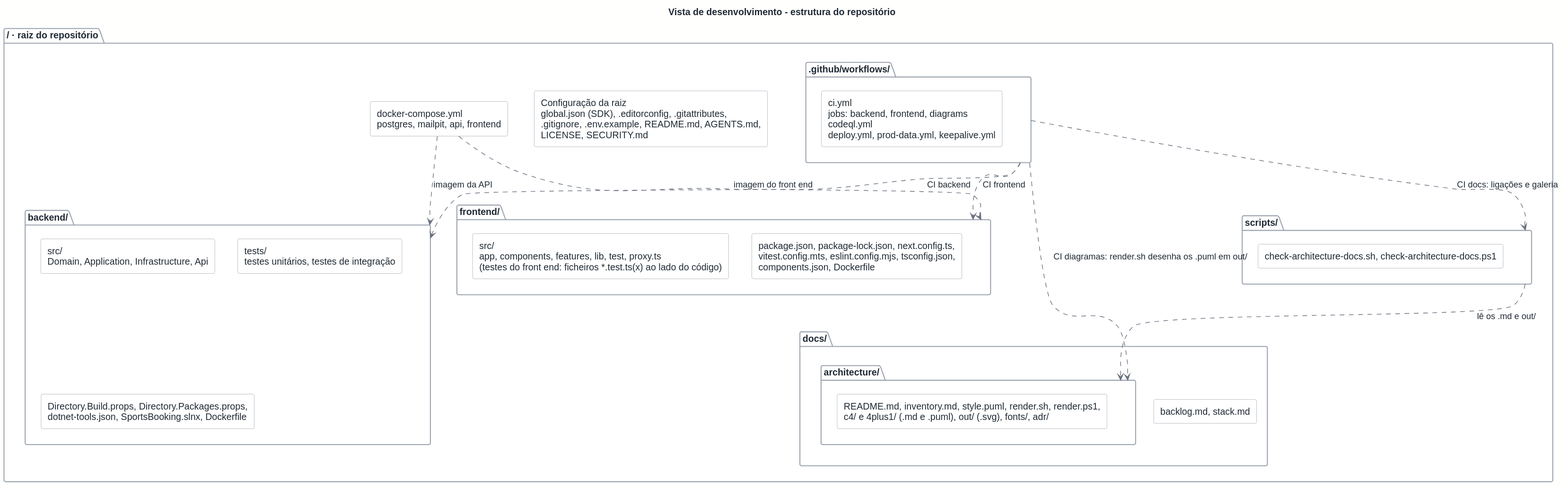
Above: docs/architecture/out/development-repo.svg in rodrigo4sousa/SportsEstablishments (PlantUML), before the change.
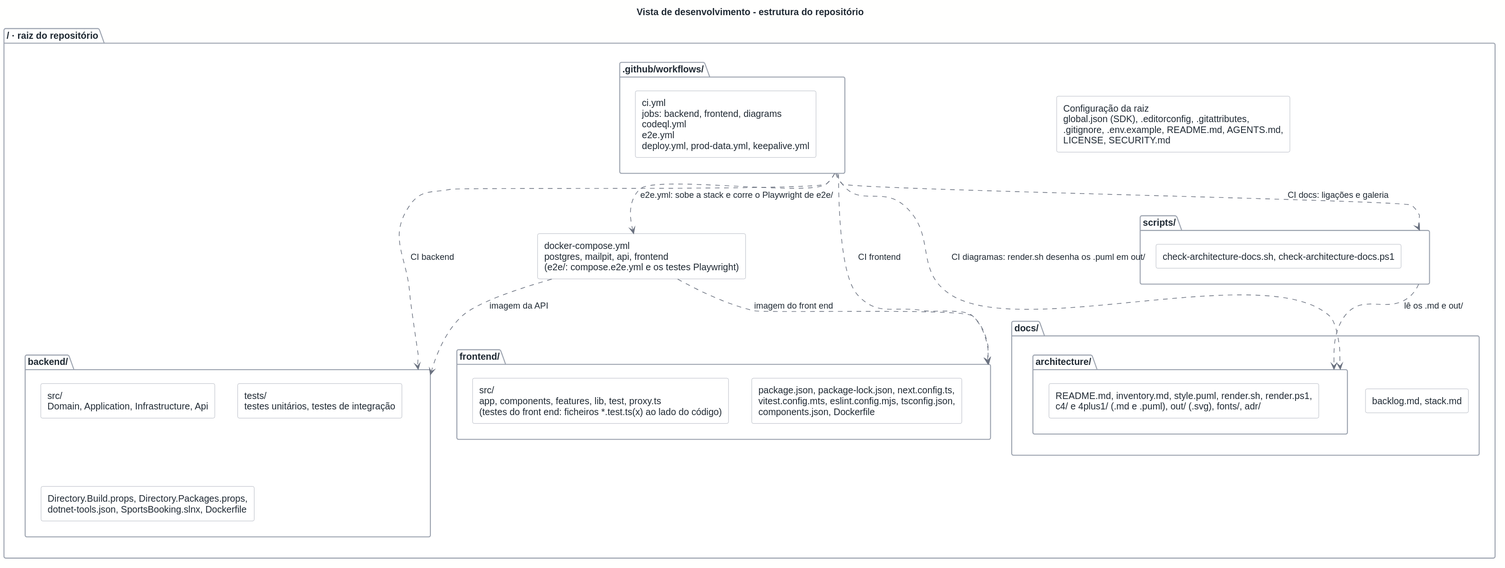
The same diagram one commit later.

Change to the diagram source:
```diff
@@ -6,7 +6,7 @@
 
 folder "/ · raiz do repositório" as ROOT {
   rectangle "Configuração da raiz\nglobal.json (SDK), .editorconfig, .gitattributes,\n.gitignore, .env.example, README.md, AGENTS.md,\nLICENSE, SECURITY.md" as DEV_ROOTCFG
-  rectangle "docker-compose.yml\npostgres, mailpit, api, frontend" as DEV_COMPOSE
+  rectangle "docker-compose.yml\npostgres, mailpit, api, frontend\n(e2e/: compose.e2e.yml e os testes Playwright)" as DEV_COMPOSE
 
   folder "backend/" as DEV_BACKEND {
     rectangle "src/\nDomain, Application, Infrastructure, Api" as B_SRC
@@ -31,7 +31,7 @@
   }
 
   folder ".github/workflows/" as DEV_WORKFLOWS {
-    rectangle "ci.yml\njobs: backend, frontend, diagrams\ncodeql.yml\ndeploy.yml, prod-data.yml, keepalive.yml" as W_SRC
+    rectangle "ci.yml\njobs: backend, frontend, diagrams\ncodeql.yml\ne2e.yml\ndeploy.yml, prod-data.yml, keepalive.yml" as W_SRC
   }
 }
 
@@ -41,5 +41,6 @@
 DEV_WORKFLOWS ..> DEV_FRONTEND : "CI frontend"
 DEV_WORKFLOWS ..> DEV_ARCHDOCS : "CI diagramas: render.sh desenha os .puml em out/"
 DEV_WORKFLOWS ..> DEV_SCRIPTS : "CI docs: ligações e galeria"
+DEV_WORKFLOWS ..> DEV_COMPOSE : "e2e.yml: sobe a stack e corre o Playwright de e2e/"
 DEV_SCRIPTS ..> DEV_ARCHDOCS : "lê os .md e out/"
 @enduml
```
